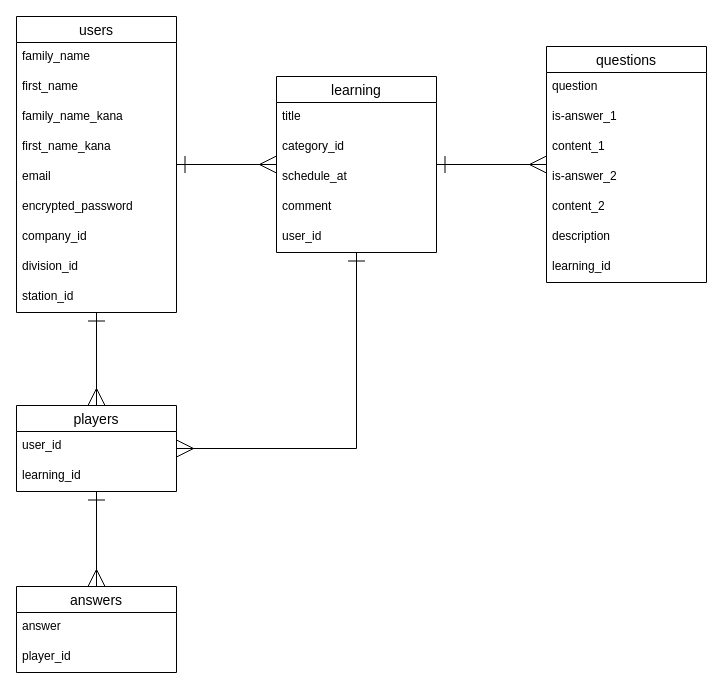
The draw.io diagram furima.dio in nekoyarow/elearning-38317, before the edit. Source tidied: cells renumbered, new cells numbered last; positions are measured from the earlier drawing's top-left corner, leaving out a move shared by most shapes. Both pictures are drawn from the tidied source at 100%, with x=0, y=0 at pixel (16, 16).
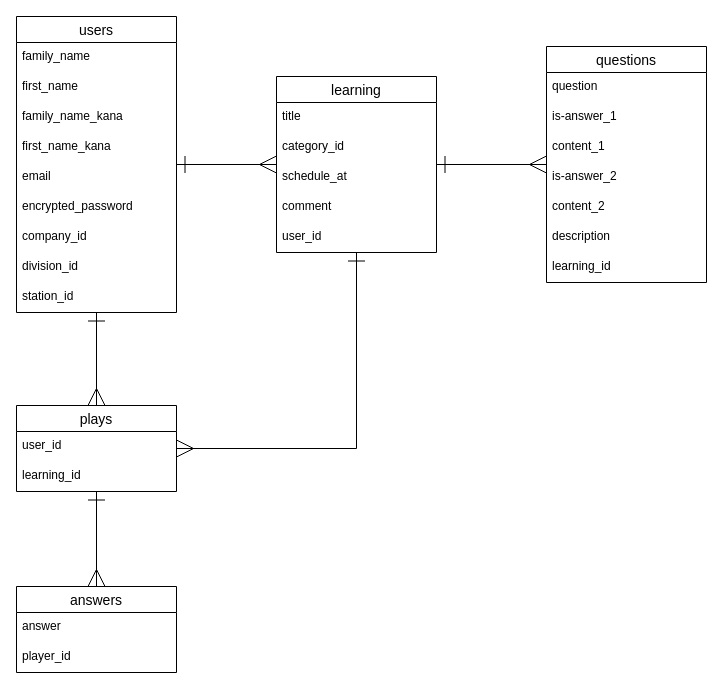
The same diagram, later.

The edit, as a diff of the source:
```diff
@@
-    <mxCell id="31" value="players" style="swimlane;fontStyle=0;horizontal=1;startSize=26;align=center;fontSize=14;" parent="1" vertex="1">
+    <mxCell id="31" value="plays" style="swimlane;fontStyle=0;horizontal=1;startSize=26;align=center;fontSize=14;" parent="1" vertex="1">
       <mxGeometry y="389" width="160" height="86" as="geometry" />
     </mxCell>
```
